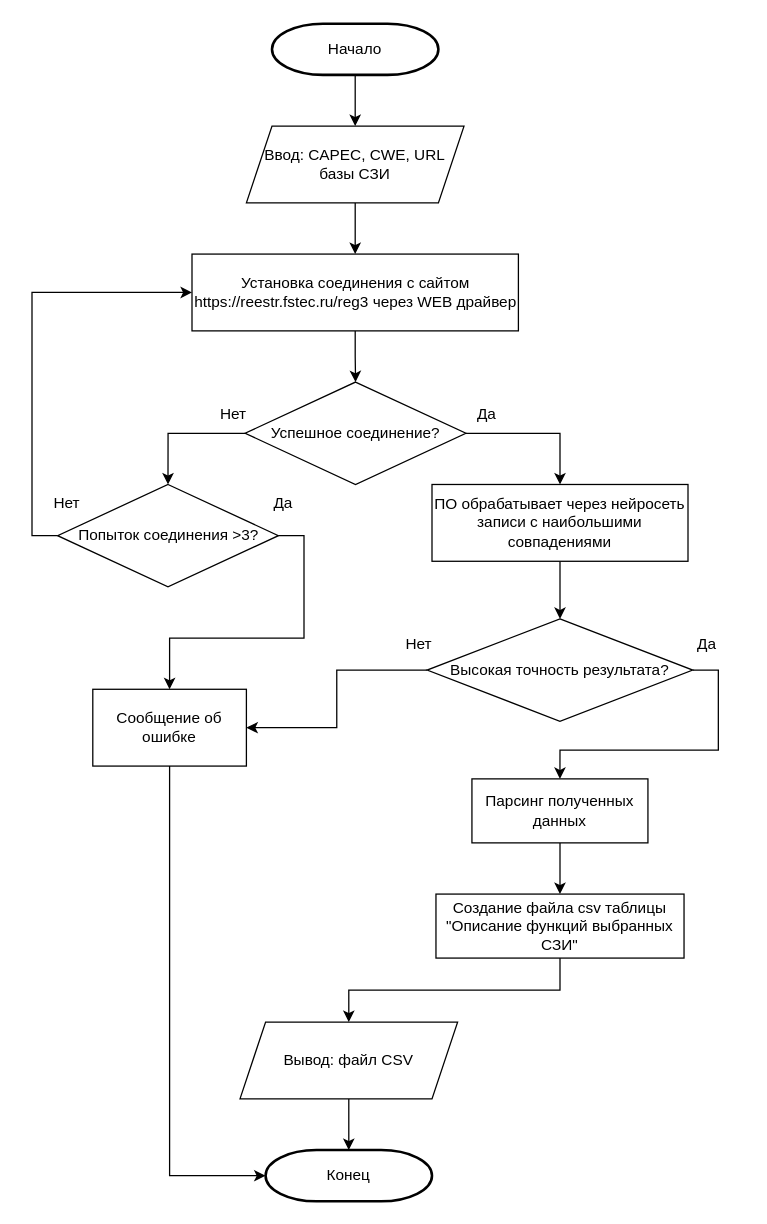
Above: Algorithm_OPZ/(4. ЧИ) 2. Алгоритм Генерация СЗИ.drawio in SmirnovBogdan8/Diplom (draw.io), before the change. Source tidied: cells renumbered, new cells numbered last; positions are measured from the earlier drawing's top-left corner, leaving out a move shared by most shapes. Both pictures are drawn from the tidied source at 128%, with x=0, y=0 at pixel (28, 23).
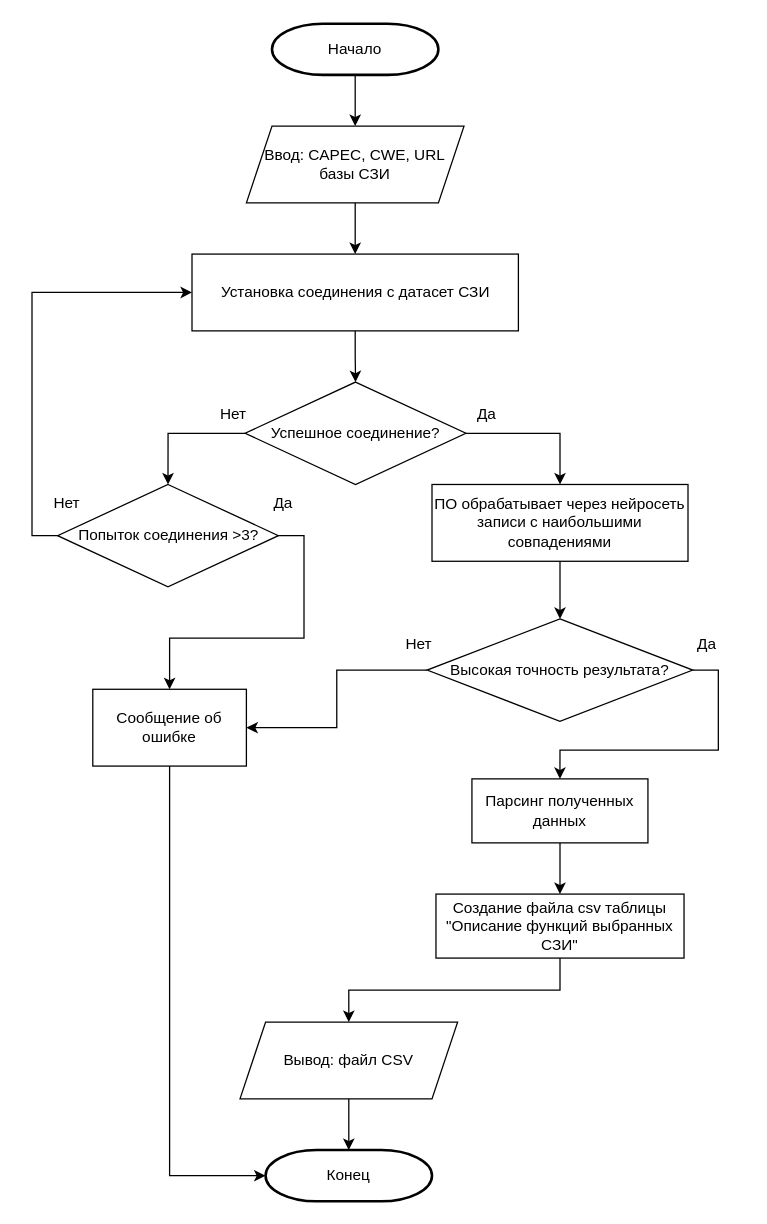
Above is the later version.

Diff of the diagram source:
```diff
@@
-    <mxCell id="8" value="Установка соединения с сайтом https://reestr.&lt;span style=&quot;background-color: initial;&quot;&gt;fstec.ru/&lt;/span&gt;&lt;span style=&quot;background-color: initial;&quot;&gt;reg3&lt;/span&gt;&amp;nbsp;через WEB драйвер" style="rounded=0;whiteSpace=wrap;html=1;" parent="1" vertex="1">
+    <mxCell id="8" value="Установка соединения с датасет СЗИ" style="rounded=0;whiteSpace=wrap;html=1;" parent="1" vertex="1">
       <mxGeometry x="127.5" y="180" width="255" height="60" as="geometry" />
     </mxCell>
```
